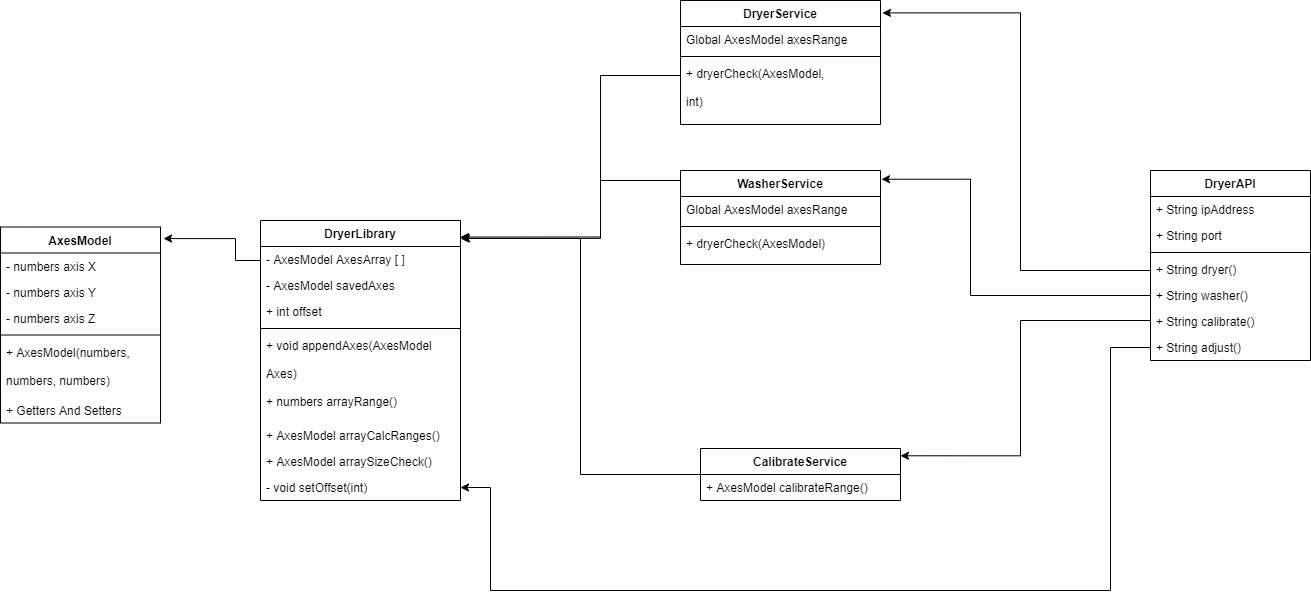
Earlier version of the draw.io export Design/PythonUML.drawio.png (ETS-Android3/DryerReminder). Source tidied: cells renumbered, new cells last; positions are measured from the earlier drawing's top-left corner, leaving out a move shared by most shapes. The source it was exported from:
```xml
<mxGraphModel>
  <root>
    <mxCell id="0" />
    <mxCell id="1" parent="0" />
    <mxCell id="2" style="edgeStyle=orthogonalEdgeStyle;rounded=0;jettySize=auto;html=1;entryX=1.019;entryY=0.059;entryDx=0;entryDy=0;entryPerimeter=0;" parent="1" edge="1" source="3" target="23">
      <mxGeometry relative="1" as="geometry">
        <Array as="points">
          <mxPoint x="235" y="260" />
          <mxPoint x="235" y="238" />
        </Array>
      </mxGeometry>
    </mxCell>
    <mxCell id="3" value="DryerLibrary" style="swimlane;fontStyle=1;align=center;verticalAlign=top;horizontal=1;startSize=26;" parent="1" vertex="1">
      <mxGeometry x="260" y="220" width="200" height="280" as="geometry" />
    </mxCell>
    <mxCell id="4" value="- AxesModel AxesArray [ ]" style="text;strokeColor=none;fillColor=none;align=left;verticalAlign=top;spacingLeft=4;spacingRight=4;overflow=hidden;" parent="3" vertex="1">
      <mxGeometry y="26" width="200" height="26" as="geometry" />
    </mxCell>
    <mxCell id="5" value="- AxesModel savedAxes" style="text;strokeColor=none;fillColor=none;align=left;verticalAlign=top;spacingLeft=4;spacingRight=4;overflow=hidden;" parent="3" vertex="1">
      <mxGeometry y="52" width="200" height="26" as="geometry" />
    </mxCell>
    <mxCell id="6" value="+ int offset" style="text;strokeColor=none;fillColor=none;align=left;verticalAlign=top;spacingLeft=4;spacingRight=4;overflow=hidden;" parent="3" vertex="1">
      <mxGeometry y="78" width="200" height="26" as="geometry" />
    </mxCell>
    <mxCell id="7" style="line;strokeWidth=1;fillColor=none;align=left;verticalAlign=middle;spacingTop=-1;spacingLeft=3;spacingRight=3;labelPosition=right;" parent="3" vertex="1">
      <mxGeometry y="104" width="200" height="8" as="geometry" />
    </mxCell>
    <mxCell id="8" value="+ void appendAxes(AxesModel &#10;&#10;Axes)" style="text;strokeColor=none;fillColor=none;align=left;verticalAlign=top;spacingLeft=4;spacingRight=4;overflow=hidden;" parent="3" vertex="1">
      <mxGeometry y="112" width="200" height="56" as="geometry" />
    </mxCell>
    <mxCell id="9" value="+ numbers arrayRange()" style="text;strokeColor=none;fillColor=none;align=left;verticalAlign=top;spacingLeft=4;spacingRight=4;overflow=hidden;" parent="3" vertex="1">
      <mxGeometry y="168" width="200" height="34" as="geometry" />
    </mxCell>
    <mxCell id="10" value="+ AxesModel arrayCalcRanges()" style="text;strokeColor=none;fillColor=none;align=left;verticalAlign=top;spacingLeft=4;spacingRight=4;overflow=hidden;" parent="3" vertex="1">
      <mxGeometry y="202" width="200" height="26" as="geometry" />
    </mxCell>
    <mxCell id="11" value="+ AxesModel arraySizeCheck()" style="text;strokeColor=none;fillColor=none;align=left;verticalAlign=top;spacingLeft=4;spacingRight=4;overflow=hidden;" parent="3" vertex="1">
      <mxGeometry y="228" width="200" height="26" as="geometry" />
    </mxCell>
    <mxCell id="12" value="- void setOffset(int)" style="text;strokeColor=none;fillColor=none;align=left;verticalAlign=top;spacingLeft=4;spacingRight=4;overflow=hidden;points=[[0,0.5],[1,0.5]];portConstraint=eastwest;" parent="3" vertex="1">
      <mxGeometry y="254" width="200" height="26" as="geometry" />
    </mxCell>
    <mxCell id="13" style="edgeStyle=orthogonalEdgeStyle;rounded=0;jettySize=auto;html=1;entryX=1;entryY=0.14;entryDx=0;entryDy=0;entryPerimeter=0;" parent="1" edge="1" source="15" target="31">
      <mxGeometry relative="1" as="geometry">
        <Array as="points">
          <mxPoint x="1020" y="320" />
          <mxPoint x="1020" y="455" />
        </Array>
      </mxGeometry>
    </mxCell>
    <mxCell id="14" style="edgeStyle=orthogonalEdgeStyle;rounded=0;jettySize=auto;html=1;entryX=1.01;entryY=0.1;entryDx=0;entryDy=0;entryPerimeter=0;" parent="1" edge="1" source="15" target="34">
      <mxGeometry relative="1" as="geometry">
        <Array as="points">
          <mxPoint x="1020" y="270" />
          <mxPoint x="1020" y="12" />
        </Array>
      </mxGeometry>
    </mxCell>
    <mxCell id="15" value="DryerAPI" style="swimlane;fontStyle=1;align=center;verticalAlign=top;horizontal=1;startSize=26;" parent="1" vertex="1">
      <mxGeometry x="1150" y="170" width="160" height="190" as="geometry" />
    </mxCell>
    <mxCell id="16" value="+ String ipAddress" style="text;strokeColor=none;fillColor=none;align=left;verticalAlign=top;spacingLeft=4;spacingRight=4;overflow=hidden;" parent="15" vertex="1">
      <mxGeometry y="26" width="160" height="26" as="geometry" />
    </mxCell>
    <mxCell id="17" value="+ String port" style="text;strokeColor=none;fillColor=none;align=left;verticalAlign=top;spacingLeft=4;spacingRight=4;overflow=hidden;" parent="15" vertex="1">
      <mxGeometry y="52" width="160" height="26" as="geometry" />
    </mxCell>
    <mxCell id="18" style="line;strokeWidth=1;fillColor=none;align=left;verticalAlign=middle;spacingTop=-1;spacingLeft=3;spacingRight=3;labelPosition=right;" parent="15" vertex="1">
      <mxGeometry y="78" width="160" height="8" as="geometry" />
    </mxCell>
    <mxCell id="19" value="+ String dryer()" style="text;strokeColor=none;fillColor=none;align=left;verticalAlign=top;spacingLeft=4;spacingRight=4;overflow=hidden;" parent="15" vertex="1">
      <mxGeometry y="86" width="160" height="26" as="geometry" />
    </mxCell>
    <mxCell id="20" value="+ String washer()" style="text;strokeColor=none;fillColor=none;align=left;verticalAlign=top;spacingLeft=4;spacingRight=4;overflow=hidden;points=[[0,0.5],[1,0.5]];portConstraint=eastwest;" parent="15" vertex="1">
      <mxGeometry y="112" width="160" height="26" as="geometry" />
    </mxCell>
    <mxCell id="21" value="+ String calibrate()" style="text;strokeColor=none;fillColor=none;align=left;verticalAlign=top;spacingLeft=4;spacingRight=4;overflow=hidden;" parent="15" vertex="1">
      <mxGeometry y="138" width="160" height="26" as="geometry" />
    </mxCell>
    <mxCell id="22" value="+ String adjust()" style="text;strokeColor=none;fillColor=none;align=left;verticalAlign=top;spacingLeft=4;spacingRight=4;overflow=hidden;points=[[0,0.5],[1,0.5]];portConstraint=eastwest;" parent="15" vertex="1">
      <mxGeometry y="164" width="160" height="26" as="geometry" />
    </mxCell>
    <mxCell id="23" value="AxesModel" style="swimlane;fontStyle=1;align=center;verticalAlign=top;horizontal=1;startSize=26;" parent="1" vertex="1">
      <mxGeometry y="226.5" width="160" height="196" as="geometry" />
    </mxCell>
    <mxCell id="24" value="- numbers axis X" style="text;strokeColor=none;fillColor=none;align=left;verticalAlign=top;spacingLeft=4;spacingRight=4;overflow=hidden;" parent="23" vertex="1">
      <mxGeometry y="26" width="160" height="26" as="geometry" />
    </mxCell>
    <mxCell id="25" value="- numbers axis Y" style="text;strokeColor=none;fillColor=none;align=left;verticalAlign=top;spacingLeft=4;spacingRight=4;overflow=hidden;" parent="23" vertex="1">
      <mxGeometry y="52" width="160" height="26" as="geometry" />
    </mxCell>
    <mxCell id="26" value="- numbers axis Z" style="text;strokeColor=none;fillColor=none;align=left;verticalAlign=top;spacingLeft=4;spacingRight=4;overflow=hidden;" parent="23" vertex="1">
      <mxGeometry y="78" width="160" height="26" as="geometry" />
    </mxCell>
    <mxCell id="27" style="line;strokeWidth=1;fillColor=none;align=left;verticalAlign=middle;spacingTop=-1;spacingLeft=3;spacingRight=3;labelPosition=right;" parent="23" vertex="1">
      <mxGeometry y="104" width="160" height="8" as="geometry" />
    </mxCell>
    <mxCell id="28" value="+ AxesModel(numbers, &#10;&#10;numbers, numbers)" style="text;strokeColor=none;fillColor=none;align=left;verticalAlign=top;spacingLeft=4;spacingRight=4;overflow=hidden;" parent="23" vertex="1">
      <mxGeometry y="112" width="160" height="58" as="geometry" />
    </mxCell>
    <mxCell id="29" value="+ Getters And Setters" style="text;strokeColor=none;fillColor=none;align=left;verticalAlign=top;spacingLeft=4;spacingRight=4;overflow=hidden;" parent="23" vertex="1">
      <mxGeometry y="170" width="160" height="26" as="geometry" />
    </mxCell>
    <mxCell id="30" style="edgeStyle=orthogonalEdgeStyle;rounded=0;jettySize=auto;html=1;entryX=1;entryY=0.064;entryDx=0;entryDy=0;entryPerimeter=0;" parent="1" edge="1" source="31" target="3">
      <mxGeometry relative="1" as="geometry" />
    </mxCell>
    <mxCell id="31" value="CalibrateService" style="swimlane;fontStyle=1;align=center;verticalAlign=top;horizontal=1;startSize=26;" parent="1" vertex="1">
      <mxGeometry x="700" y="448" width="200" height="52" as="geometry" />
    </mxCell>
    <mxCell id="32" value="+ AxesModel calibrateRange()" style="text;strokeColor=none;fillColor=none;align=left;verticalAlign=top;spacingLeft=4;spacingRight=4;overflow=hidden;" parent="31" vertex="1">
      <mxGeometry y="26" width="200" height="26" as="geometry" />
    </mxCell>
    <mxCell id="33" style="edgeStyle=orthogonalEdgeStyle;rounded=0;jettySize=auto;html=1;entryX=1.005;entryY=0.064;entryDx=0;entryDy=0;entryPerimeter=0;" parent="1" edge="1" source="34" target="3">
      <mxGeometry relative="1" as="geometry">
        <Array as="points">
          <mxPoint x="600" y="75" />
          <mxPoint x="600" y="238" />
        </Array>
      </mxGeometry>
    </mxCell>
    <mxCell id="34" value="DryerService" style="swimlane;fontStyle=1;align=center;verticalAlign=top;horizontal=1;startSize=26;" parent="1" vertex="1">
      <mxGeometry x="680" width="200" height="124" as="geometry" />
    </mxCell>
    <mxCell id="35" value="Global AxesModel axesRange" style="text;strokeColor=none;fillColor=none;align=left;verticalAlign=top;spacingLeft=4;spacingRight=4;overflow=hidden;" parent="34" vertex="1">
      <mxGeometry y="26" width="200" height="26" as="geometry" />
    </mxCell>
    <mxCell id="36" style="line;strokeWidth=1;fillColor=none;align=left;verticalAlign=middle;spacingTop=-1;spacingLeft=3;spacingRight=3;labelPosition=right;" parent="34" vertex="1">
      <mxGeometry y="52" width="200" height="8" as="geometry" />
    </mxCell>
    <mxCell id="37" value="+ dryerCheck(AxesModel, &#10;&#10;int)" style="text;strokeColor=none;fillColor=none;align=left;verticalAlign=top;spacingLeft=4;spacingRight=4;overflow=hidden;" parent="34" vertex="1">
      <mxGeometry y="60" width="200" height="64" as="geometry" />
    </mxCell>
    <mxCell id="38" style="edgeStyle=orthogonalEdgeStyle;rounded=0;jettySize=auto;html=1;entryX=1;entryY=0.059;entryDx=0;entryDy=0;entryPerimeter=0;" parent="1" edge="1" source="39" target="3">
      <mxGeometry relative="1" as="geometry">
        <Array as="points">
          <mxPoint x="600" y="180" />
          <mxPoint x="600" y="237" />
        </Array>
      </mxGeometry>
    </mxCell>
    <mxCell id="39" value="WasherService" style="swimlane;fontStyle=1;align=center;verticalAlign=top;horizontal=1;startSize=26;" parent="1" vertex="1">
      <mxGeometry x="680" y="170" width="200" height="94" as="geometry" />
    </mxCell>
    <mxCell id="40" value="Global AxesModel axesRange" style="text;strokeColor=none;fillColor=none;align=left;verticalAlign=top;spacingLeft=4;spacingRight=4;overflow=hidden;" parent="39" vertex="1">
      <mxGeometry y="26" width="200" height="26" as="geometry" />
    </mxCell>
    <mxCell id="41" style="line;strokeWidth=1;fillColor=none;align=left;verticalAlign=middle;spacingTop=-1;spacingLeft=3;spacingRight=3;labelPosition=right;" parent="39" vertex="1">
      <mxGeometry y="52" width="200" height="8" as="geometry" />
    </mxCell>
    <mxCell id="42" value="+ dryerCheck(AxesModel)" style="text;strokeColor=none;fillColor=none;align=left;verticalAlign=top;spacingLeft=4;spacingRight=4;overflow=hidden;" parent="39" vertex="1">
      <mxGeometry y="60" width="200" height="34" as="geometry" />
    </mxCell>
    <mxCell id="43" style="edgeStyle=orthogonalEdgeStyle;rounded=0;jettySize=auto;html=1;entryX=1.005;entryY=0.093;entryDx=0;entryDy=0;entryPerimeter=0;" parent="1" edge="1" source="20" target="39">
      <mxGeometry relative="1" as="geometry">
        <Array as="points">
          <mxPoint x="970" y="295" />
          <mxPoint x="970" y="179" />
        </Array>
      </mxGeometry>
    </mxCell>
    <mxCell id="44" style="edgeStyle=orthogonalEdgeStyle;rounded=0;jettySize=auto;html=1;entryX=1;entryY=0.5;entryDx=0;entryDy=0;" parent="1" edge="1" source="22" target="12">
      <mxGeometry relative="1" as="geometry">
        <Array as="points">
          <mxPoint x="1110" y="347" />
          <mxPoint x="1110" y="590" />
          <mxPoint x="490" y="590" />
          <mxPoint x="490" y="487" />
        </Array>
      </mxGeometry>
    </mxCell>
  </root>
</mxGraphModel>
```
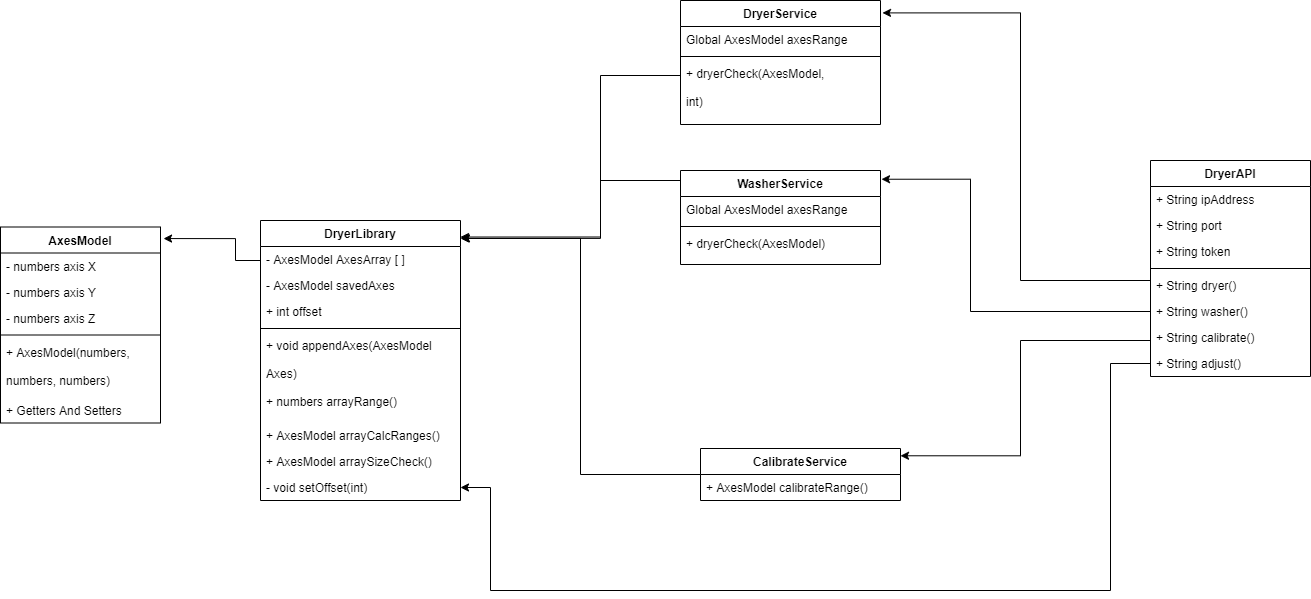
Above is the later version.

Change to the diagram source:
```diff
@@ -43,7 +43,7 @@
     <mxCell id="13" style="edgeStyle=orthogonalEdgeStyle;rounded=0;jettySize=auto;html=1;entryX=1;entryY=0.14;entryDx=0;entryDy=0;entryPerimeter=0;" parent="1" edge="1" source="15" target="31">
       <mxGeometry relative="1" as="geometry">
         <Array as="points">
-          <mxPoint x="1020" y="320" />
+          <mxPoint x="1020" y="340" />
           <mxPoint x="1020" y="455" />
         </Array>
       </mxGeometry>
@@ -51,13 +51,13 @@
     <mxCell id="14" style="edgeStyle=orthogonalEdgeStyle;rounded=0;jettySize=auto;html=1;entryX=1.01;entryY=0.1;entryDx=0;entryDy=0;entryPerimeter=0;" parent="1" edge="1" source="15" target="34">
       <mxGeometry relative="1" as="geometry">
         <Array as="points">
-          <mxPoint x="1020" y="270" />
+          <mxPoint x="1020" y="280" />
           <mxPoint x="1020" y="12" />
         </Array>
       </mxGeometry>
     </mxCell>
     <mxCell id="15" value="DryerAPI" style="swimlane;fontStyle=1;align=center;verticalAlign=top;horizontal=1;startSize=26;" parent="1" vertex="1">
-      <mxGeometry x="1150" y="170" width="160" height="190" as="geometry" />
+      <mxGeometry x="1150" y="160" width="160" height="216" as="geometry" />
     </mxCell>
     <mxCell id="16" value="+ String ipAddress" style="text;strokeColor=none;fillColor=none;align=left;verticalAlign=top;spacingLeft=4;spacingRight=4;overflow=hidden;" parent="15" vertex="1">
       <mxGeometry y="26" width="160" height="26" as="geometry" />
@@ -65,20 +65,23 @@
     <mxCell id="17" value="+ String port" style="text;strokeColor=none;fillColor=none;align=left;verticalAlign=top;spacingLeft=4;spacingRight=4;overflow=hidden;" parent="15" vertex="1">
       <mxGeometry y="52" width="160" height="26" as="geometry" />
     </mxCell>
+    <mxCell id="45" value="+ String token" style="text;strokeColor=none;fillColor=none;align=left;verticalAlign=top;spacingLeft=4;spacingRight=4;overflow=hidden;" parent="15" vertex="1">
+      <mxGeometry y="78" width="160" height="26" as="geometry" />
+    </mxCell>
     <mxCell id="18" style="line;strokeWidth=1;fillColor=none;align=left;verticalAlign=middle;spacingTop=-1;spacingLeft=3;spacingRight=3;labelPosition=right;" parent="15" vertex="1">
-      <mxGeometry y="78" width="160" height="8" as="geometry" />
+      <mxGeometry y="104" width="160" height="8" as="geometry" />
     </mxCell>
     <mxCell id="19" value="+ String dryer()" style="text;strokeColor=none;fillColor=none;align=left;verticalAlign=top;spacingLeft=4;spacingRight=4;overflow=hidden;" parent="15" vertex="1">
-      <mxGeometry y="86" width="160" height="26" as="geometry" />
+      <mxGeometry y="112" width="160" height="26" as="geometry" />
     </mxCell>
     <mxCell id="20" value="+ String washer()" style="text;strokeColor=none;fillColor=none;align=left;verticalAlign=top;spacingLeft=4;spacingRight=4;overflow=hidden;points=[[0,0.5],[1,0.5]];portConstraint=eastwest;" parent="15" vertex="1">
-      <mxGeometry y="112" width="160" height="26" as="geometry" />
+      <mxGeometry y="138" width="160" height="26" as="geometry" />
     </mxCell>
     <mxCell id="21" value="+ String calibrate()" style="text;strokeColor=none;fillColor=none;align=left;verticalAlign=top;spacingLeft=4;spacingRight=4;overflow=hidden;" parent="15" vertex="1">
-      <mxGeometry y="138" width="160" height="26" as="geometry" />
+      <mxGeometry y="164" width="160" height="26" as="geometry" />
     </mxCell>
     <mxCell id="22" value="+ String adjust()" style="text;strokeColor=none;fillColor=none;align=left;verticalAlign=top;spacingLeft=4;spacingRight=4;overflow=hidden;points=[[0,0.5],[1,0.5]];portConstraint=eastwest;" parent="15" vertex="1">
-      <mxGeometry y="164" width="160" height="26" as="geometry" />
+      <mxGeometry y="190" width="160" height="26" as="geometry" />
     </mxCell>
     <mxCell id="23" value="AxesModel" style="swimlane;fontStyle=1;align=center;verticalAlign=top;horizontal=1;startSize=26;" parent="1" vertex="1">
       <mxGeometry y="226.5" width="160" height="196" as="geometry" />
@@ -153,7 +156,7 @@
     <mxCell id="43" style="edgeStyle=orthogonalEdgeStyle;rounded=0;jettySize=auto;html=1;entryX=1.005;entryY=0.093;entryDx=0;entryDy=0;entryPerimeter=0;" parent="1" edge="1" source="20" target="39">
       <mxGeometry relative="1" as="geometry">
         <Array as="points">
-          <mxPoint x="970" y="295" />
+          <mxPoint x="970" y="311" />
           <mxPoint x="970" y="179" />
         </Array>
       </mxGeometry>
@@ -161,7 +164,7 @@
     <mxCell id="44" style="edgeStyle=orthogonalEdgeStyle;rounded=0;jettySize=auto;html=1;entryX=1;entryY=0.5;entryDx=0;entryDy=0;" parent="1" edge="1" source="22" target="12">
       <mxGeometry relative="1" as="geometry">
         <Array as="points">
-          <mxPoint x="1110" y="347" />
+          <mxPoint x="1110" y="363" />
           <mxPoint x="1110" y="590" />
           <mxPoint x="490" y="590" />
           <mxPoint x="490" y="487" />
```
